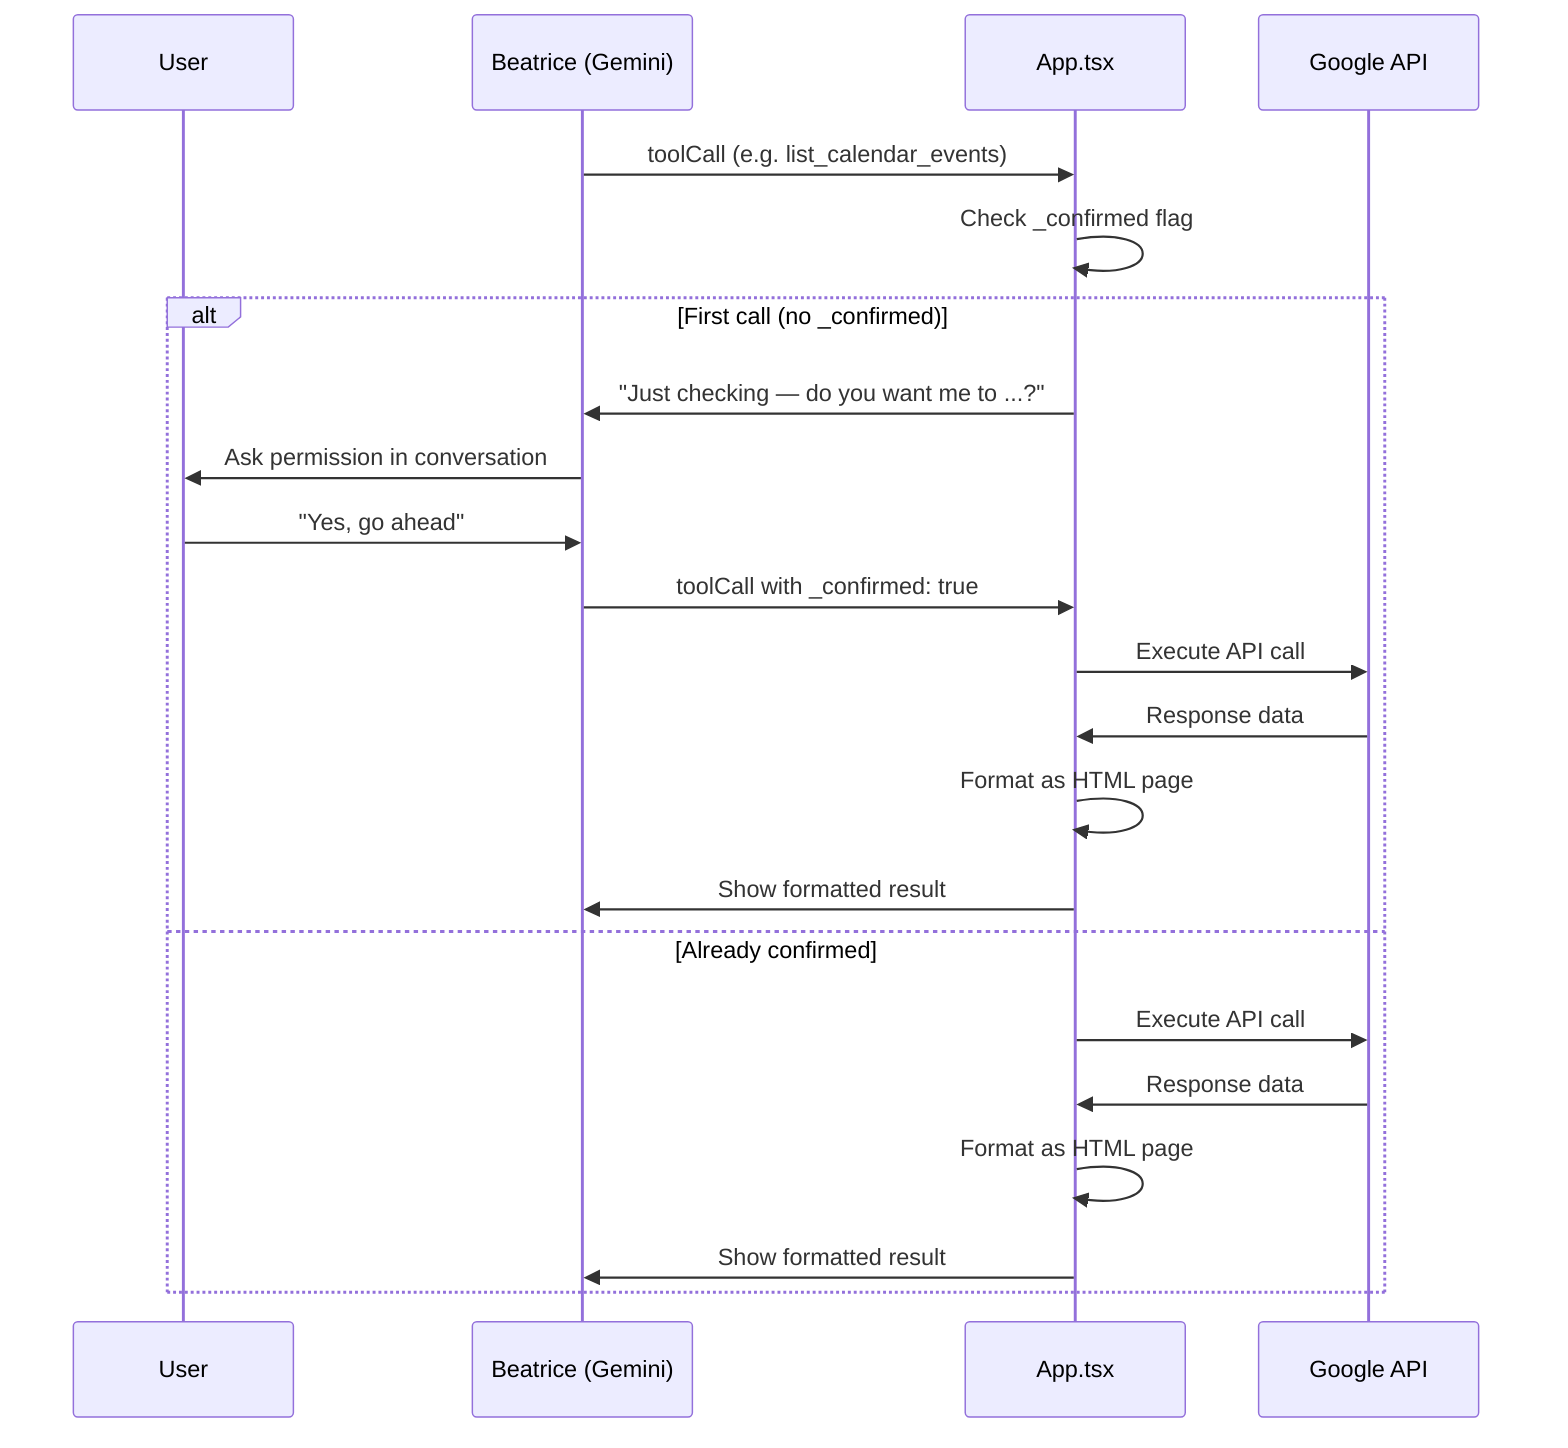
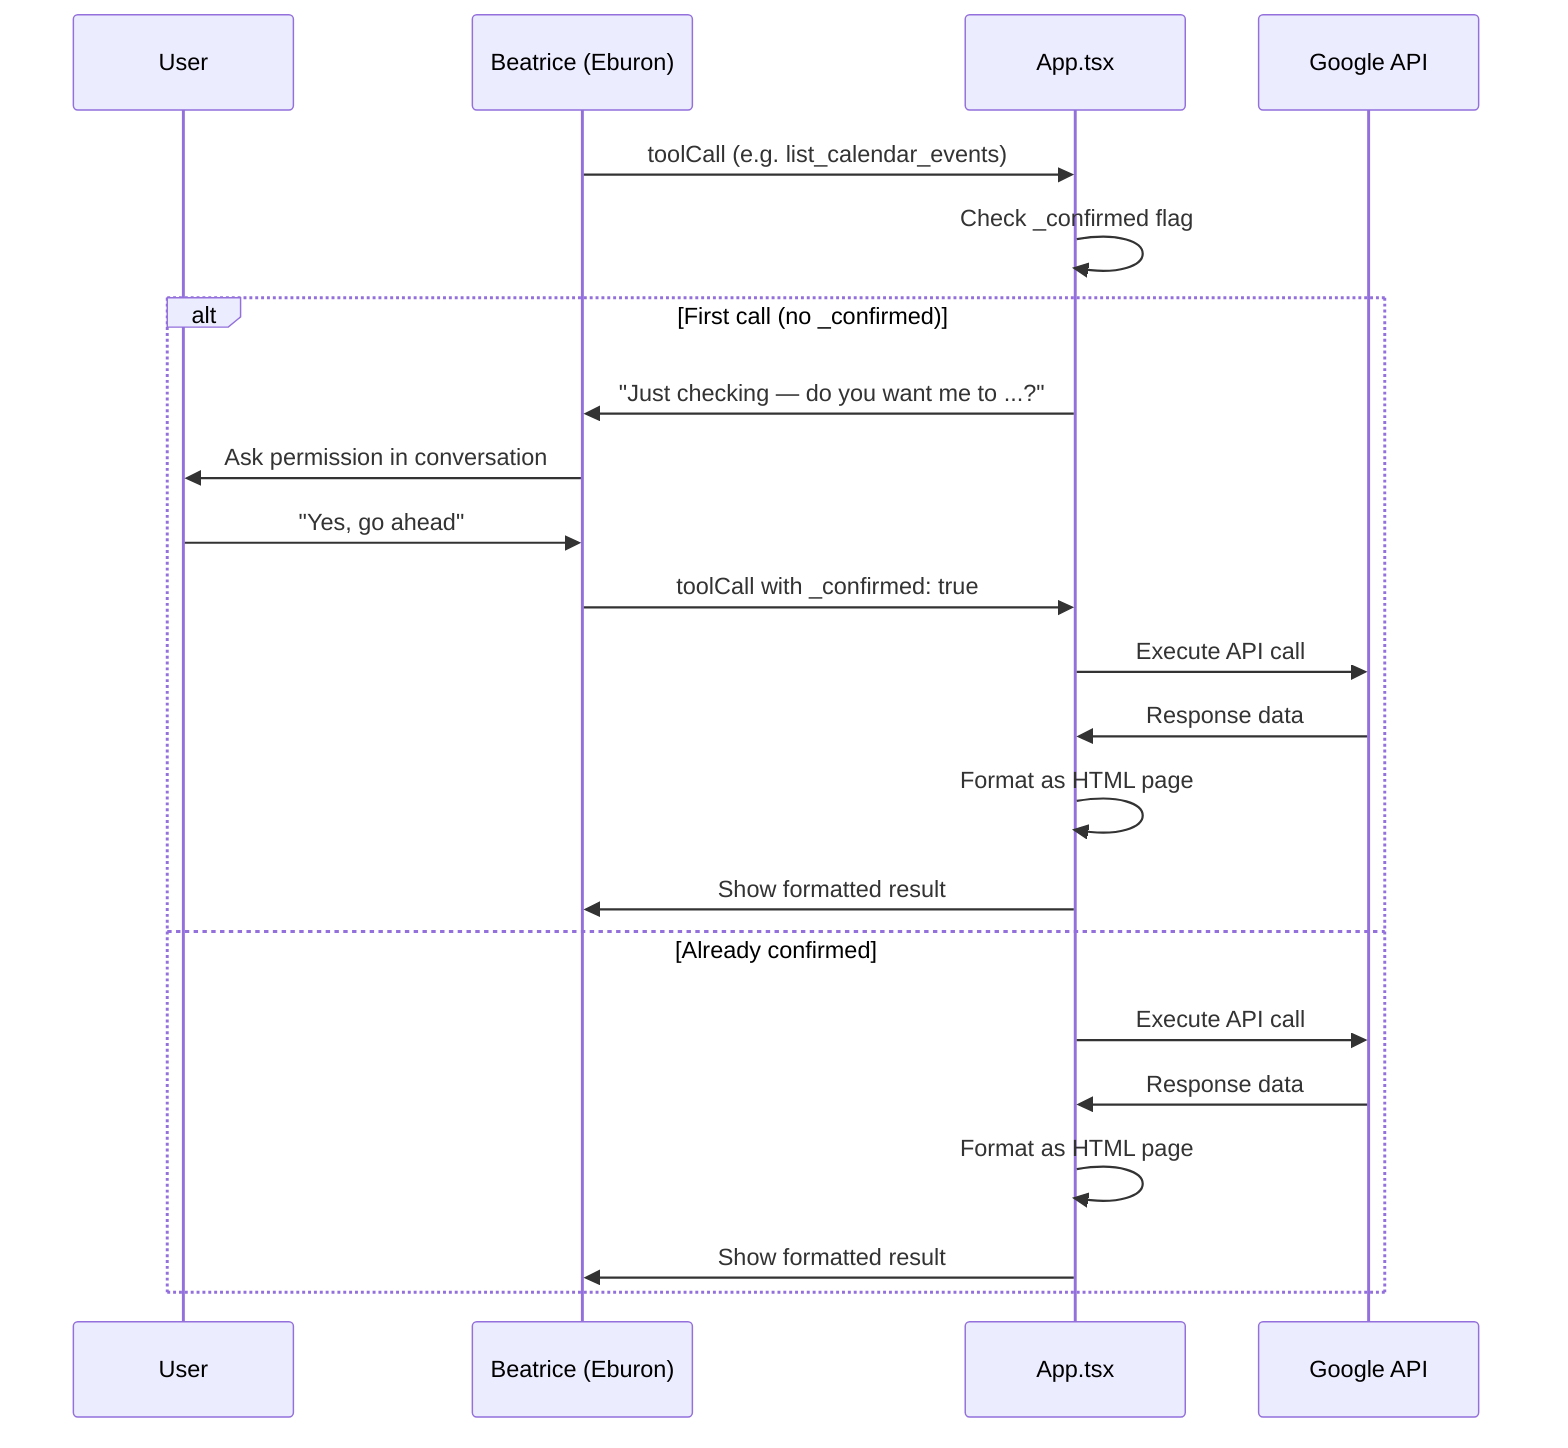
sequenceDiagram
    participant U as User
-     participant B as Beatrice (Gemini)
+     participant B as Beatrice (Eburon)
    participant FE as App.tsx
    participant GA as Google API

    B->>FE: toolCall (e.g. list_calendar_events)
    FE->>FE: Check _confirmed flag
    alt First call (no _confirmed)
        FE->>B: "Just checking — do you want me to ...?"
        B->>U: Ask permission in conversation
        U->>B: "Yes, go ahead"
        B->>FE: toolCall with _confirmed: true
        FE->>GA: Execute API call
        GA->>FE: Response data
        FE->>FE: Format as HTML page
        FE->>B: Show formatted result
    else Already confirmed
        FE->>GA: Execute API call
        GA->>FE: Response data
        FE->>FE: Format as HTML page
        FE->>B: Show formatted result
    end
